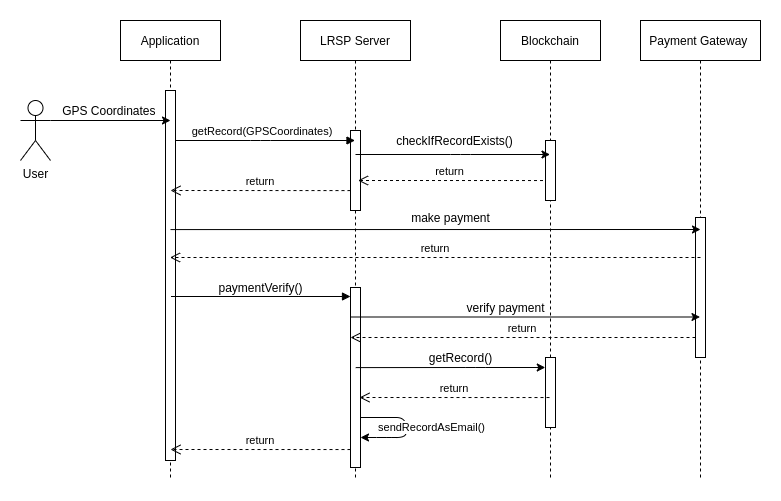
sakshamTanwar/BTP-Report keeps this draw.io diagram as images/lrsp_seq.png. Above is the earlier version. Source tidied: cells renumbered, new cells last; positions are measured from the earlier drawing's top-left corner, leaving out a move shared by most shapes.
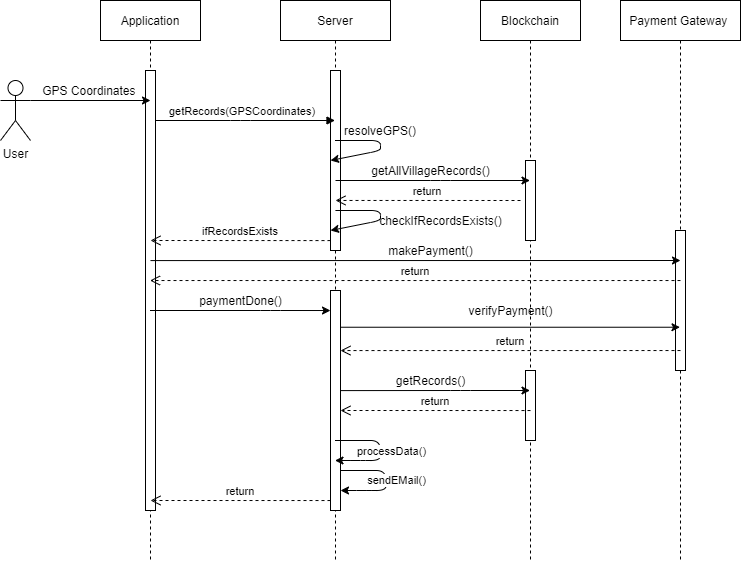
After the commit.

Commit message:
fix: fixed LRSP Seq Artificat

The edit, as a diff of the source:
```diff
@@ -3,42 +3,37 @@
     <mxCell id="0" />
     <mxCell id="1" parent="0" />
     <mxCell id="2" value="Application" style="shape=umlLifeline;perimeter=lifelinePerimeter;rounded=0;shadow=0;strokeWidth=1;" parent="1" vertex="1">
-      <mxGeometry x="100" width="100" height="460" as="geometry" />
+      <mxGeometry x="100" width="100" height="560" as="geometry" />
     </mxCell>
     <mxCell id="3" style="points=[];perimeter=orthogonalPerimeter;rounded=0;shadow=0;strokeWidth=1;" parent="2" vertex="1">
-      <mxGeometry x="45" y="70" width="10" height="370" as="geometry" />
+      <mxGeometry x="45" y="70" width="10" height="440" as="geometry" />
     </mxCell>
-    <mxCell id="4" value="LRSP Server" style="shape=umlLifeline;perimeter=lifelinePerimeter;rounded=0;shadow=0;strokeWidth=1;" parent="1" vertex="1">
-      <mxGeometry x="280" width="110" height="460" as="geometry" />
+    <mxCell id="4" value="Server" style="shape=umlLifeline;perimeter=lifelinePerimeter;rounded=0;shadow=0;strokeWidth=1;" parent="1" vertex="1">
+      <mxGeometry x="280" width="110" height="560" as="geometry" />
     </mxCell>
+    <mxCell id="35" value="resolveGPS()" style="text;html=1;strokeColor=none;fillColor=none;align=center;verticalAlign=middle;whiteSpace=wrap;rounded=0;" parent="4" vertex="1">
+      <mxGeometry x="80" y="120" width="40" height="20" as="geometry" />
+    </mxCell>
     <mxCell id="5" style="points=[];perimeter=orthogonalPerimeter;rounded=0;shadow=0;strokeWidth=1;" parent="4" vertex="1">
-      <mxGeometry x="50" y="110" width="10" height="80" as="geometry" />
+      <mxGeometry x="50" y="70" width="10" height="180" as="geometry" />
     </mxCell>
     <mxCell id="6" style="endArrow=classic;html=1;" parent="4" edge="1">
       <mxGeometry relative="1" as="geometry">
-        <mxPoint x="60" y="397" as="sourcePoint" />
-        <mxPoint x="60" y="417" as="targetPoint" />
+        <mxPoint x="60" y="470" as="sourcePoint" />
+        <mxPoint x="60" y="490" as="targetPoint" />
         <Array as="points">
-          <mxPoint x="105.6" y="397" />
-          <mxPoint x="105.6" y="417" />
-          <mxPoint x="85.6" y="417" />
+          <mxPoint x="105.6" y="470" />
+          <mxPoint x="105.6" y="490" />
+          <mxPoint x="85.6" y="490" />
         </Array>
       </mxGeometry>
     </mxCell>
-    <mxCell id="7" value="sendRecordAsEmail()&lt;br&gt;" style="edgeLabel;html=1;align=center;verticalAlign=middle;" parent="6" vertex="1">
+    <mxCell id="7" value="sendEMail()" style="edgeLabel;html=1;align=center;verticalAlign=middle;" parent="6" vertex="1">
       <mxGeometry x="0.09" y="-29" relative="1" as="geometry">
-        <mxPoint x="53.4" y="-5.4" as="offset" />
+        <mxPoint x="39" y="-5.5" as="offset" />
       </mxGeometry>
     </mxCell>
-    <mxCell id="8" style="points=[];perimeter=orthogonalPerimeter;rounded=0;shadow=0;strokeWidth=1;" parent="4" vertex="1">
-      <mxGeometry x="50" y="267" width="10" height="180" as="geometry" />
-    </mxCell>
-    <mxCell id="9" style="endArrow=classic;html=1;exitX=0.545;exitY=0.727;exitDx=0;exitDy=0;exitPerimeter=0;" parent="4" edge="1" target="8">
-      <mxGeometry relative="1" as="geometry">
-        <mxPoint x="60" y="336" as="sourcePoint" />
-      </mxGeometry>
-    </mxCell>
-    <mxCell id="10" value="getRecord(GPSCoordinates)" style="verticalAlign=bottom;endArrow=block;shadow=0;strokeWidth=1;" parent="1" edge="1" source="3" target="4">
+    <mxCell id="10" value="getRecords(GPSCoordinates)" style="verticalAlign=bottom;endArrow=block;shadow=0;strokeWidth=1;" parent="1" edge="1" source="3" target="4">
       <mxGeometry x="-0.03" relative="1" as="geometry">
         <Array as="points">
           <mxPoint x="240" y="120" />
@@ -56,108 +51,139 @@
     <mxCell id="13" value="GPS Coordinates&amp;nbsp;" style="text;html=1;align=center;verticalAlign=middle;" parent="1" vertex="1">
       <mxGeometry x="35" y="80" width="110" height="20" as="geometry" />
     </mxCell>
+    <mxCell id="36" style="endArrow=classic;html=1;" parent="1" edge="1" source="4">
+      <mxGeometry relative="1" as="geometry">
+        <mxPoint x="330" y="160" as="targetPoint" />
+        <Array as="points">
+          <mxPoint x="380" y="140" />
+          <mxPoint x="380" y="150" />
+        </Array>
+      </mxGeometry>
+    </mxCell>
     <mxCell id="14" value="Blockchain" style="shape=umlLifeline;perimeter=lifelinePerimeter;rounded=0;shadow=0;strokeWidth=1;" parent="1" vertex="1">
-      <mxGeometry x="480" width="100" height="460" as="geometry" />
+      <mxGeometry x="480" width="100" height="560" as="geometry" />
     </mxCell>
     <mxCell id="15" style="perimeter=orthogonalPerimeter;rounded=0;shadow=0;strokeWidth=1;" parent="14" vertex="1">
-      <mxGeometry x="45" y="120" width="10" height="60" as="geometry" />
+      <mxGeometry x="45" y="160" width="10" height="80" as="geometry" />
     </mxCell>
     <mxCell id="16" style="perimeter=orthogonalPerimeter;rounded=0;shadow=0;strokeWidth=1;" parent="14" vertex="1">
-      <mxGeometry x="45" y="337" width="10" height="70" as="geometry" />
+      <mxGeometry x="45" y="370" width="10" height="70" as="geometry" />
     </mxCell>
-    <mxCell id="17" style="endArrow=classic;html=1;" parent="1" edge="1">
+    <mxCell id="17" style="endArrow=classic;html=1;" parent="1" edge="1" target="14">
       <mxGeometry relative="1" as="geometry">
-        <mxPoint x="335" y="134" as="sourcePoint" />
-        <mxPoint x="529.5" y="134" as="targetPoint" />
+        <mxPoint x="335" y="180" as="sourcePoint" />
         <Array as="points">
-          <mxPoint x="440" y="134" />
+          <mxPoint x="440" y="180" />
         </Array>
       </mxGeometry>
     </mxCell>
-    <mxCell id="18" value="checkIfRecordExists()" style="text;html=1;align=center;verticalAlign=middle;" parent="1" vertex="1">
-      <mxGeometry x="369" y="110" width="130" height="20" as="geometry" />
+    <mxCell id="18" value="getAllVillageRecords()" style="text;html=1;align=center;verticalAlign=middle;" parent="1" vertex="1">
+      <mxGeometry x="365" y="160" width="130" height="20" as="geometry" />
     </mxCell>
-    <mxCell id="19" value="return" style="verticalAlign=bottom;endArrow=open;dashed=1;endSize=8;shadow=0;strokeWidth=1;entryX=0.5;entryY=0.722;entryDx=0;entryDy=0;entryPerimeter=0;" parent="1" edge="1">
+    <mxCell id="19" value="return" style="verticalAlign=bottom;endArrow=open;dashed=1;endSize=8;shadow=0;strokeWidth=1;entryX=0.5;entryY=0.722;entryDx=0;entryDy=0;entryPerimeter=0;" parent="1" edge="1" target="5">
       <mxGeometry relative="1" as="geometry">
-        <mxPoint x="522.5" y="160" as="sourcePoint" />
-        <mxPoint x="337.5" y="160" as="targetPoint" />
+        <mxPoint x="520" y="200" as="sourcePoint" />
       </mxGeometry>
     </mxCell>
     <mxCell id="20" value="Payment Gateway " style="shape=umlLifeline;perimeter=lifelinePerimeter;rounded=0;shadow=0;strokeWidth=1;" parent="1" vertex="1">
-      <mxGeometry x="620" width="120" height="460" as="geometry" />
+      <mxGeometry x="620" width="120" height="560" as="geometry" />
     </mxCell>
     <mxCell id="21" style="points=[];perimeter=orthogonalPerimeter;rounded=0;shadow=0;strokeWidth=1;" parent="20" vertex="1">
-      <mxGeometry x="55" y="197" width="10" height="140" as="geometry" />
+      <mxGeometry x="55" y="230" width="10" height="140" as="geometry" />
     </mxCell>
-    <mxCell id="22" style="endArrow=classic;html=1;exitX=0.5;exitY=0.432;exitDx=0;exitDy=0;exitPerimeter=0;" parent="1" edge="1">
+    <mxCell id="22" style="endArrow=classic;html=1;exitX=0.5;exitY=0.432;exitDx=0;exitDy=0;exitPerimeter=0;" parent="1" edge="1" source="3">
       <mxGeometry relative="1" as="geometry">
-        <mxPoint x="150" y="209.1" as="sourcePoint" />
-        <mxPoint x="680" y="209" as="targetPoint" />
+        <mxPoint x="680" y="260" as="targetPoint" />
       </mxGeometry>
     </mxCell>
-    <mxCell id="23" value="make payment" style="text;html=1;align=center;verticalAlign=middle;" parent="1" vertex="1">
-      <mxGeometry x="385" y="187" width="90" height="20" as="geometry" />
+    <mxCell id="23" value="makePayment()" style="text;html=1;align=center;verticalAlign=middle;" parent="1" vertex="1">
+      <mxGeometry x="380" y="240" width="100" height="20" as="geometry" />
     </mxCell>
-    <mxCell id="24" value="return" style="verticalAlign=bottom;endArrow=open;dashed=1;endSize=8;shadow=0;strokeWidth=1;" parent="1" edge="1">
+    <mxCell id="24" value="return" style="verticalAlign=bottom;endArrow=open;dashed=1;endSize=8;shadow=0;strokeWidth=1;" parent="1" edge="1" target="2">
       <mxGeometry relative="1" as="geometry">
-        <mxPoint x="680" y="237" as="sourcePoint" />
-        <mxPoint x="149.5" y="237" as="targetPoint" />
+        <mxPoint x="680" y="280" as="sourcePoint" />
       </mxGeometry>
     </mxCell>
+    <mxCell id="37" style="endArrow=classic;html=1;entryX=0;entryY=0.091;entryDx=0;entryDy=0;entryPerimeter=0;" parent="1" edge="1" source="2" target="8">
+      <mxGeometry relative="1" as="geometry">
+        <Array as="points">
+          <mxPoint x="270" y="310" />
+        </Array>
+      </mxGeometry>
+    </mxCell>
-    <mxCell id="25" value="paymentVerify()" style="text;html=1;align=center;verticalAlign=middle;" parent="1" vertex="1">
-      <mxGeometry x="190" y="257" width="100" height="20" as="geometry" />
+    <mxCell id="25" value="paymentDone()" style="text;html=1;align=center;verticalAlign=middle;" parent="1" vertex="1">
+      <mxGeometry x="190" y="290" width="100" height="20" as="geometry" />
     </mxCell>
-    <mxCell id="26" style="endArrow=classic;html=1;exitX=0;exitY=0.167;exitDx=0;exitDy=0;exitPerimeter=0;" parent="1" edge="1">
-      <mxGeometry relative="1" as="geometry">
-        <mxPoint x="330" y="296.5" as="sourcePoint" />
-        <mxPoint x="679.5" y="296.5" as="targetPoint" />
-      </mxGeometry>
+    <mxCell id="26" style="endArrow=classic;html=1;exitX=0;exitY=0.167;exitDx=0;exitDy=0;exitPerimeter=0;" parent="1" edge="1" source="8" target="20">
+      <mxGeometry relative="1" as="geometry" />
     </mxCell>
-    <mxCell id="27" value="verify payment" style="text;html=1;align=center;verticalAlign=middle;" parent="1" vertex="1">
-      <mxGeometry x="440" y="277" width="90" height="20" as="geometry" />
+    <mxCell id="27" value="verifyPayment()" style="text;html=1;align=center;verticalAlign=middle;" parent="1" vertex="1">
+      <mxGeometry x="460" y="300" width="100" height="20" as="geometry" />
     </mxCell>
+    <mxCell id="33" value="return" style="verticalAlign=bottom;endArrow=open;dashed=1;endSize=8;shadow=0;strokeWidth=1;entryX=1;entryY=0.273;entryDx=0;entryDy=0;entryPerimeter=0;" parent="1" edge="1" target="8">
+      <mxGeometry relative="1" as="geometry">
+        <mxPoint x="680" y="350" as="sourcePoint" />
+      </mxGeometry>
+    </mxCell>
-    <mxCell id="28" style="endArrow=classic;html=1;exitX=0.995;exitY=0.455;exitDx=0;exitDy=0;exitPerimeter=0;" parent="1" edge="1">
+    <mxCell id="28" style="endArrow=classic;html=1;exitX=0.995;exitY=0.455;exitDx=0;exitDy=0;exitPerimeter=0;" parent="1" edge="1" source="8" target="14">
       <mxGeometry relative="1" as="geometry">
-        <mxPoint x="335.2" y="347.1" as="sourcePoint" />
-        <mxPoint x="524.8" y="347" as="targetPoint" />
         <Array as="points">
-          <mxPoint x="455.3" y="347" />
+          <mxPoint x="460" y="390" />
         </Array>
       </mxGeometry>
     </mxCell>
-    <mxCell id="29" value="getRecord()" style="text;html=1;align=center;verticalAlign=middle;" parent="1" vertex="1">
-      <mxGeometry x="400" y="327" width="80" height="20" as="geometry" />
+    <mxCell id="29" value="getRecords()" style="text;html=1;align=center;verticalAlign=middle;" parent="1" vertex="1">
+      <mxGeometry x="390" y="370" width="80" height="20" as="geometry" />
     </mxCell>
     <mxCell id="30" value="return" style="verticalAlign=bottom;endArrow=open;dashed=1;endSize=8;shadow=0;strokeWidth=1;" parent="1" edge="1">
       <mxGeometry relative="1" as="geometry">
-        <mxPoint x="529" y="377" as="sourcePoint" />
-        <mxPoint x="339" y="377" as="targetPoint" />
+        <mxPoint x="530" y="410" as="sourcePoint" />
+        <mxPoint x="340" y="410" as="targetPoint" />
       </mxGeometry>
     </mxCell>
+    <mxCell id="8" style="points=[];perimeter=orthogonalPerimeter;rounded=0;shadow=0;strokeWidth=1;" parent="1" vertex="1">
+      <mxGeometry x="330" y="290" width="10" height="220" as="geometry" />
+    </mxCell>
+    <mxCell id="9" style="endArrow=classic;html=1;exitX=0.545;exitY=0.727;exitDx=0;exitDy=0;exitPerimeter=0;" parent="1" edge="1" source="4" target="8">
+      <mxGeometry relative="1" as="geometry" />
+    </mxCell>
+    <mxCell id="38" style="endArrow=classic;html=1;" parent="1" edge="1" source="4" target="4">
+      <mxGeometry relative="1" as="geometry">
+        <Array as="points">
+          <mxPoint x="380" y="440" />
+          <mxPoint x="380" y="460" />
+          <mxPoint x="360" y="460" />
+        </Array>
+      </mxGeometry>
+    </mxCell>
+    <mxCell id="39" value="processData()" style="edgeLabel;html=1;align=center;verticalAlign=middle;" parent="38" vertex="1">
+      <mxGeometry x="0.09" y="-29" relative="1" as="geometry">
+        <mxPoint x="39" y="-5.5" as="offset" />
+      </mxGeometry>
+    </mxCell>
     <mxCell id="31" value="return" style="verticalAlign=bottom;endArrow=open;dashed=1;endSize=8;shadow=0;strokeWidth=1;" parent="1" edge="1">
       <mxGeometry relative="1" as="geometry">
-        <mxPoint x="330" y="429" as="sourcePoint" />
-        <mxPoint x="150" y="429" as="targetPoint" />
+        <mxPoint x="330" y="500" as="sourcePoint" />
+        <mxPoint x="150" y="500" as="targetPoint" />
       </mxGeometry>
     </mxCell>
-    <mxCell id="32" style="verticalAlign=bottom;endArrow=block;shadow=0;strokeWidth=1;" parent="1" edge="1">
-      <mxGeometry x="-0.16" y="10" relative="1" as="geometry">
-        <mxPoint x="150.5" y="276" as="sourcePoint" />
-        <mxPoint x="330" y="276" as="targetPoint" />
-        <Array as="points">
-          <mxPoint x="235.5" y="276" />
-        </Array>
-      </mxGeometry>
-    </mxCell>
-    <mxCell id="33" value="return" style="verticalAlign=bottom;endArrow=open;dashed=1;endSize=8;shadow=0;strokeWidth=1;entryX=0.5;entryY=0.722;entryDx=0;entryDy=0;entryPerimeter=0;" parent="1" edge="1" source="21">
-      <mxGeometry relative="1" as="geometry">
-        <mxPoint x="330" y="317" as="targetPoint" />
-      </mxGeometry>
-    </mxCell>
+    <mxCell id="40" style="endArrow=classic;html=1;" parent="1" edge="1">
+      <mxGeometry relative="1" as="geometry">
+        <mxPoint x="334.9" y="210" as="sourcePoint" />
+        <mxPoint x="330" y="230" as="targetPoint" />
+        <Array as="points">
+          <mxPoint x="380" y="210" />
+          <mxPoint x="380" y="220" />
+        </Array>
+      </mxGeometry>
+    </mxCell>
+    <mxCell id="41" value="checkIfRecordsExists()" style="text;html=1;align=center;verticalAlign=middle;strokeColor=none;" parent="1" vertex="1">
+      <mxGeometry x="370" y="210" width="140" height="20" as="geometry" />
+    </mxCell>
-    <mxCell id="34" value="return" style="verticalAlign=bottom;endArrow=open;dashed=1;endSize=8;shadow=0;strokeWidth=1;" parent="1" edge="1">
+    <mxCell id="34" value="ifRecordsExists" style="verticalAlign=bottom;endArrow=open;dashed=1;endSize=8;shadow=0;strokeWidth=1;" parent="1" edge="1">
       <mxGeometry relative="1" as="geometry">
-        <mxPoint x="330" y="170.1" as="sourcePoint" />
-        <mxPoint x="150" y="170" as="targetPoint" />
+        <mxPoint x="330" y="240.1" as="sourcePoint" />
+        <mxPoint x="150" y="240" as="targetPoint" />
       </mxGeometry>
     </mxCell>
   </root>
```
